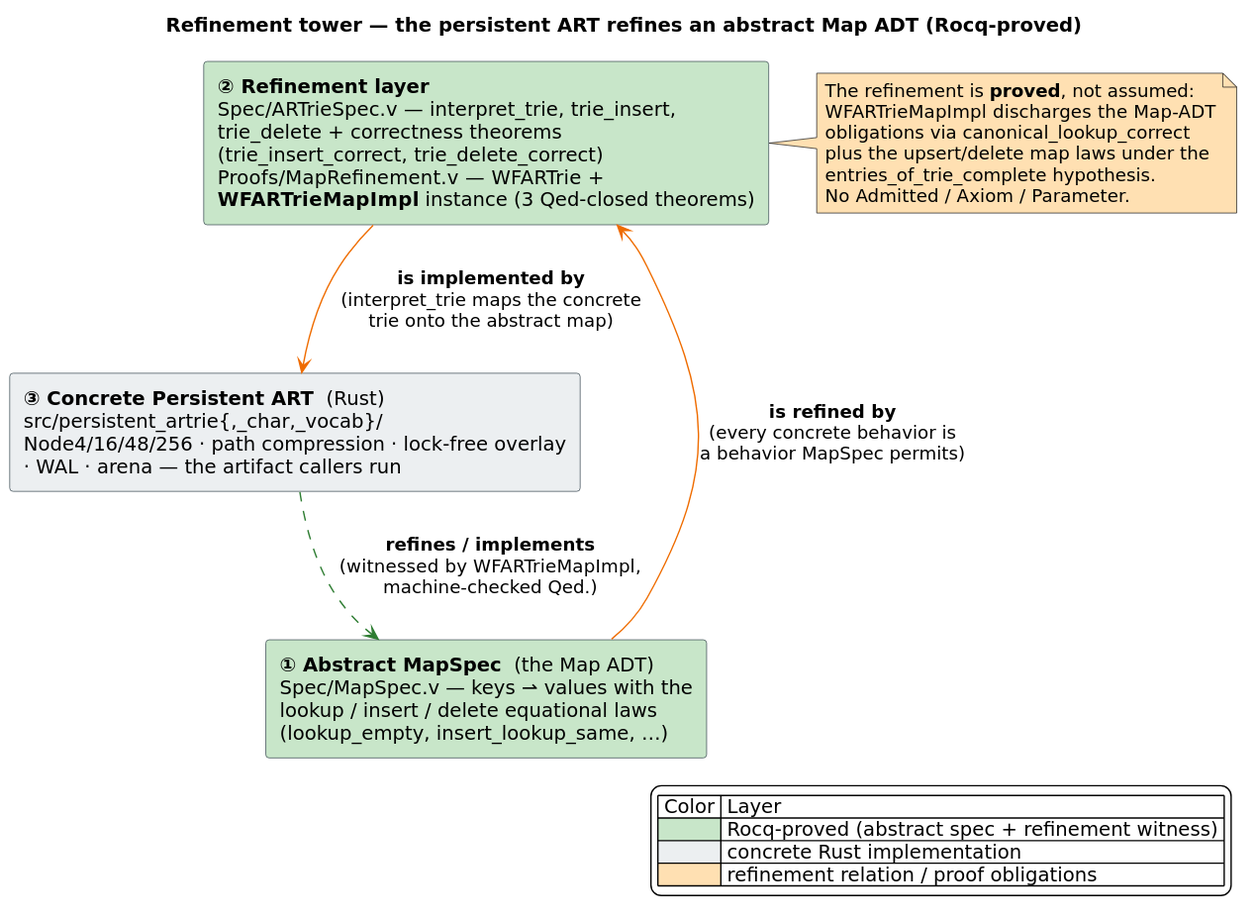
Before: docs/diagrams/refinement-tower.svg, a diagram exported from PlantUML (vinary-tree/libdictenstein). Its source is kept beside it as docs/diagrams/src/refinement-tower.puml.
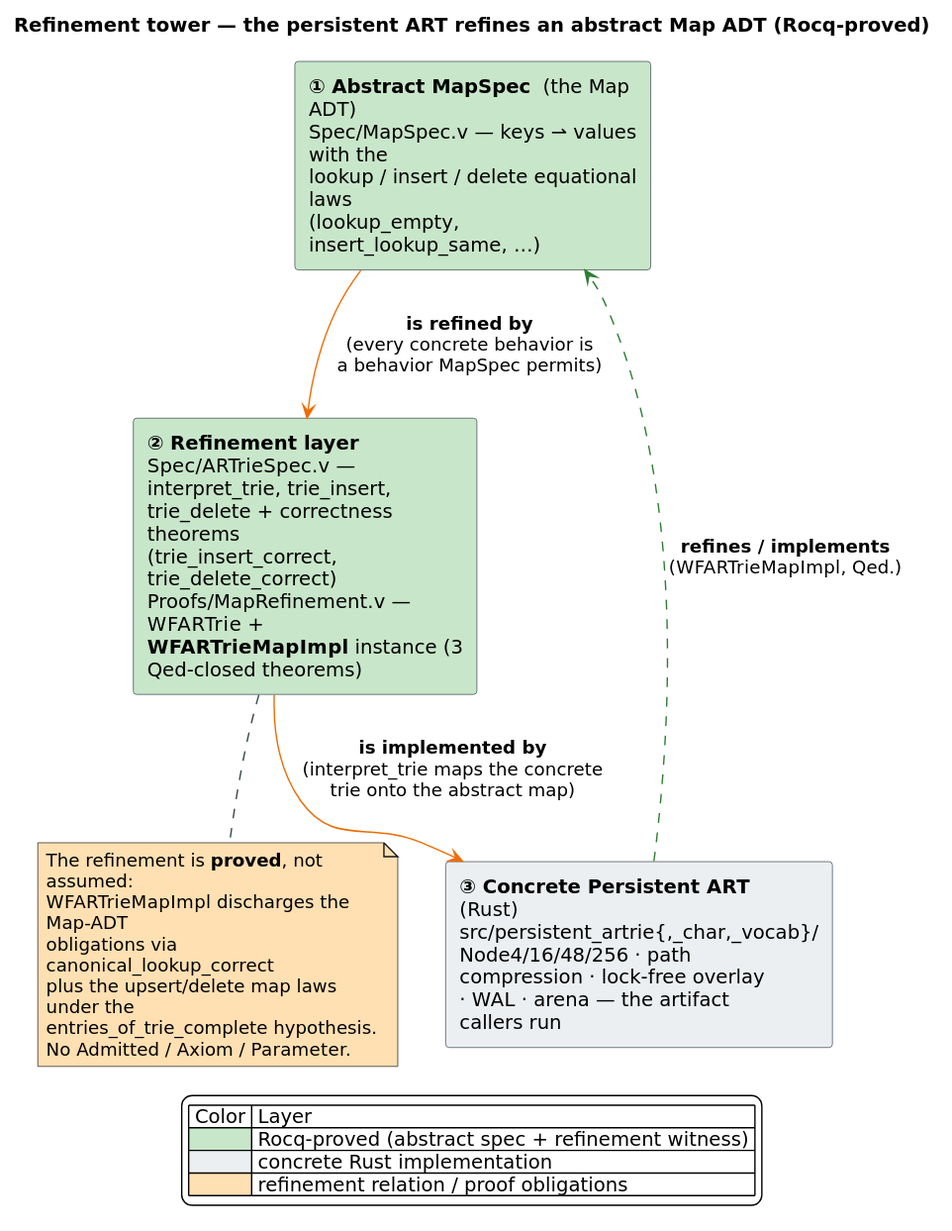
Above is the later version.

The edit, as a diff of the source:
```diff
@@ -1,6 +1,7 @@
 @startuml refinement-tower
 skinparam backgroundColor #FFFFFF
 skinparam defaultFontName "DejaVu Sans"
+skinparam wrapWidth 240
 skinparam shadowing false
 skinparam ArrowColor #37474F
 skinparam ArrowFontName "DejaVu Sans"
@@ -20,9 +21,9 @@
 MapSpec -[#EF6C00]-> Refine : **is refined by**\n(every concrete behavior is\na behavior MapSpec permits)
 Refine -[#EF6C00]-> Impl : **is implemented by**\n(interpret_trie maps the concrete\ntrie onto the abstract map)
 
-Impl -[#2E7D32,dashed]-> MapSpec : **refines / implements**\n(witnessed by WFARTrieMapImpl,\nmachine-checked Qed.)
+Impl -[#2E7D32,dashed]-> MapSpec : **refines / implements**\n(WFARTrieMapImpl, Qed.)
 
-note right of Refine #FFE0B2
+note bottom of Refine #FFE0B2
   The refinement is **proved**, not assumed:
   WFARTrieMapImpl discharges the Map-ADT
   obligations via canonical_lookup_correct
@@ -31,7 +32,7 @@
   No Admitted / Axiom / Parameter.
 end note
 
-legend right
+legend bottom
 | Color | Layer |
 |<#C8E6C9>| Rocq-proved (abstract spec + refinement witness) |
 |<#ECEFF1>| concrete Rust implementation |
```
